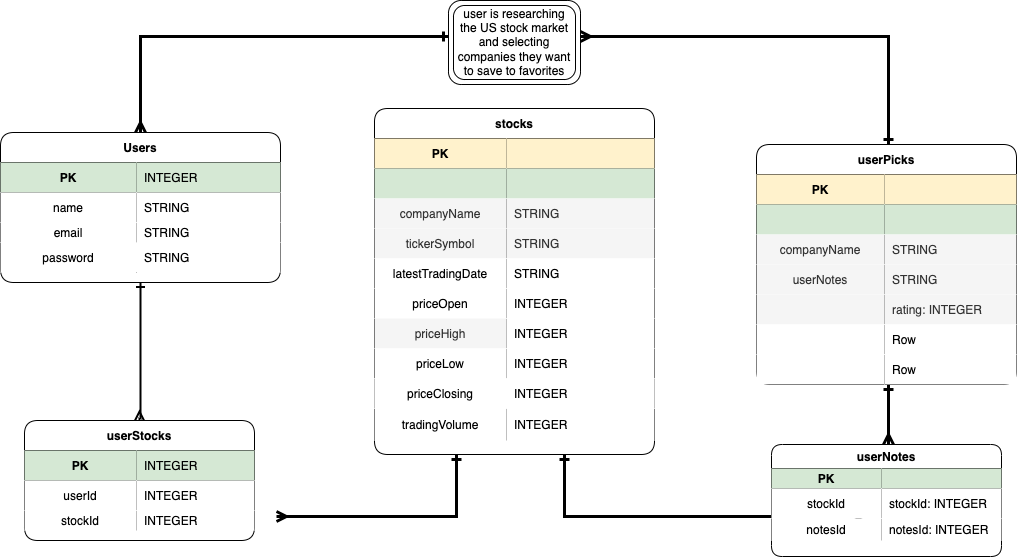
Above: ERD.drawio.png in Professorsurf/Project-2 (draw.io), before the change. Source tidied: cells renumbered, new cells last; positions are measured from the earlier drawing's top-left corner, leaving out a move shared by most shapes.
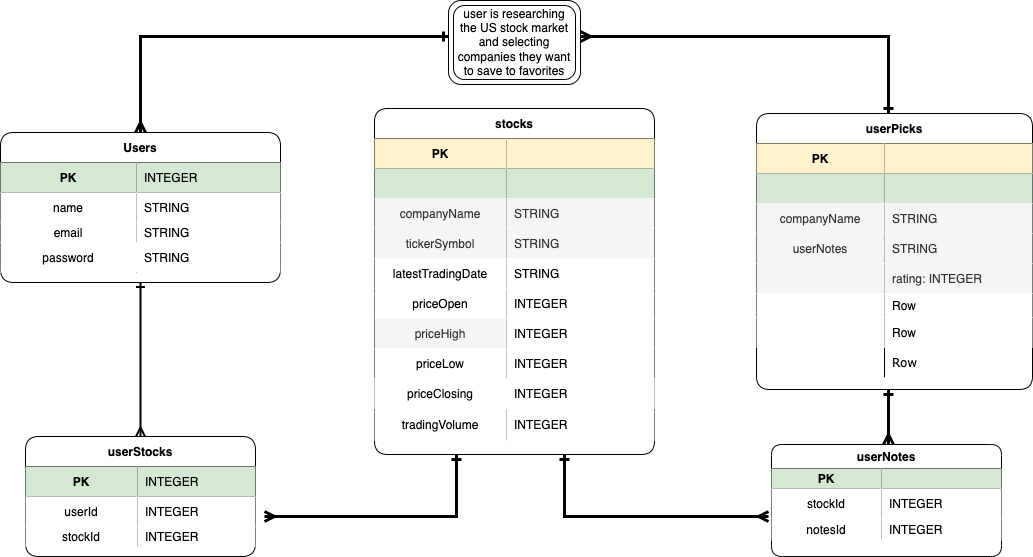
After the commit.

Diff of the diagram source:
```diff
@@ -5,8 +5,7 @@
     <mxCell id="2" style="edgeStyle=orthogonalEdgeStyle;rounded=0;jettySize=auto;html=1;exitX=0.5;exitY=1;exitDx=0;exitDy=0;entryX=0.5;entryY=0;entryDx=0;entryDy=0;strokeWidth=2;endArrow=ERmany;endFill=0;startArrow=ERone;startFill=0;" parent="1" edge="1" source="3" target="49">
       <mxGeometry relative="1" as="geometry">
         <Array as="points">
-          <mxPoint x="140" y="418" />
-          <mxPoint x="139" y="418" />
+          <mxPoint x="140" y="432" />
         </Array>
       </mxGeometry>
     </mxCell>
@@ -51,7 +50,7 @@
     </mxCell>
     <mxCell id="16" style="edgeStyle=orthogonalEdgeStyle;rounded=0;jettySize=auto;html=1;startArrow=ERone;startFill=0;endArrow=ERmany;endFill=0;strokeWidth=3;" parent="1" edge="1" source="18">
       <mxGeometry relative="1" as="geometry">
-        <mxPoint x="276" y="516" as="targetPoint" />
+        <mxPoint x="264" y="516" as="targetPoint" />
         <Array as="points">
           <mxPoint x="456" y="516" />
         </Array>
@@ -59,7 +58,7 @@
     </mxCell>
     <mxCell id="17" style="edgeStyle=orthogonalEdgeStyle;rounded=0;jettySize=auto;html=1;startArrow=ERone;startFill=0;endArrow=ERmany;endFill=0;strokeWidth=3;" parent="1" edge="1" source="18">
       <mxGeometry relative="1" as="geometry">
-        <mxPoint x="864" y="516" as="targetPoint" />
+        <mxPoint x="768" y="516" as="targetPoint" />
         <Array as="points">
           <mxPoint x="564" y="516" />
         </Array>
@@ -159,7 +158,7 @@
       <mxGeometry x="132" width="148" height="32" as="geometry" />
     </mxCell>
     <mxCell id="49" value="userStocks" style="shape=table;startSize=30;rowLines=0;fontStyle=1;align=center;rounded=1;fillColor=none;" parent="1" vertex="1">
-      <mxGeometry x="24" y="420" width="230" height="120" as="geometry" />
+      <mxGeometry x="25" y="436" width="230" height="120" as="geometry" />
     </mxCell>
     <mxCell id="50" style="shape=tableRow;horizontal=0;startSize=0;swimlaneHead=0;swimlaneBody=0;fillColor=none;top=0;left=0;right=0;bottom=1;rounded=0;" parent="49" vertex="1">
       <mxGeometry y="30" width="230" height="30" as="geometry" />
@@ -206,7 +205,7 @@
     <mxCell id="64" value="stockId" style="shape=partialRectangle;top=0;left=0;bottom=0;right=0;overflow=hidden;" parent="63" vertex="1">
       <mxGeometry width="110" height="30" as="geometry" />
     </mxCell>
-    <mxCell id="65" value="stockId: INTEGER" style="shape=partialRectangle;top=0;left=0;bottom=0;right=0;align=left;spacingLeft=6;overflow=hidden;" parent="63" vertex="1">
+    <mxCell id="65" value="INTEGER" style="shape=partialRectangle;top=0;left=0;bottom=0;right=0;align=left;spacingLeft=6;overflow=hidden;" parent="63" vertex="1">
       <mxGeometry x="110" width="120" height="30" as="geometry" />
     </mxCell>
     <mxCell id="66" style="shape=tableRow;horizontal=0;startSize=0;swimlaneHead=0;swimlaneBody=0;fillColor=none;top=0;left=0;right=0;bottom=0;rounded=0;" parent="59" vertex="1">
@@ -215,7 +214,7 @@
     <mxCell id="67" value="notesId" style="shape=partialRectangle;top=0;left=0;bottom=0;right=0;overflow=hidden;rounded=0;" parent="66" vertex="1">
       <mxGeometry width="110" height="22" as="geometry" />
     </mxCell>
-    <mxCell id="68" value="notesId: INTEGER" style="shape=partialRectangle;top=0;left=0;bottom=0;right=0;align=left;spacingLeft=6;overflow=hidden;rounded=0;" parent="66" vertex="1">
+    <mxCell id="68" value="INTEGER" style="shape=partialRectangle;top=0;left=0;bottom=0;right=0;align=left;spacingLeft=6;overflow=hidden;rounded=0;" parent="66" vertex="1">
       <mxGeometry x="110" width="120" height="22" as="geometry" />
     </mxCell>
     <mxCell id="69" style="edgeStyle=orthogonalEdgeStyle;rounded=0;jettySize=auto;html=1;startArrow=ERone;startFill=0;endArrow=ERmany;endFill=0;strokeWidth=3;" parent="1" edge="1" source="71">
@@ -234,71 +233,80 @@
       </mxGeometry>
     </mxCell>
     <mxCell id="71" value="userPicks" style="shape=table;startSize=30;rowLines=0;fontStyle=1;align=center;rounded=1;swimlaneLine=1;" parent="1" vertex="1">
-      <mxGeometry x="756" y="144" width="260" height="240" as="geometry" />
+      <mxGeometry x="756" y="113" width="276" height="276" as="geometry" />
     </mxCell>
     <mxCell id="72" style="shape=tableRow;horizontal=0;startSize=0;swimlaneHead=0;swimlaneBody=0;fillColor=none;top=0;left=0;right=0;bottom=1;rounded=0;" parent="71" vertex="1">
-      <mxGeometry y="30" width="260" height="30" as="geometry" />
+      <mxGeometry y="30" width="276" height="30" as="geometry" />
     </mxCell>
     <mxCell id="73" value="PK" style="shape=partialRectangle;fillColor=#fff2cc;top=0;left=0;bottom=0;right=0;fontStyle=1;overflow=hidden;strokeColor=#d6b656;rounded=0;" parent="72" vertex="1">
       <mxGeometry width="128" height="30" as="geometry" />
     </mxCell>
     <mxCell id="74" style="shape=partialRectangle;fillColor=#fff2cc;top=0;left=0;bottom=0;right=0;align=left;spacingLeft=6;fontStyle=5;overflow=hidden;strokeColor=#d6b656;rounded=0;" parent="72" vertex="1">
-      <mxGeometry x="128" width="132" height="30" as="geometry" />
+      <mxGeometry x="128" width="148" height="30" as="geometry" />
     </mxCell>
     <mxCell id="75" style="shape=tableRow;horizontal=0;startSize=0;swimlaneHead=0;swimlaneBody=0;fillColor=none;top=0;left=0;right=0;bottom=0;rounded=0;" parent="71" vertex="1">
-      <mxGeometry y="60" width="260" height="30" as="geometry" />
+      <mxGeometry y="60" width="276" height="30" as="geometry" />
     </mxCell>
     <mxCell id="76" style="shape=partialRectangle;fillColor=#d5e8d4;top=0;left=0;bottom=0;right=0;fontStyle=0;overflow=hidden;strokeColor=#82b366;rounded=0;" parent="75" vertex="1">
       <mxGeometry width="128" height="30" as="geometry" />
     </mxCell>
     <mxCell id="77" style="shape=partialRectangle;fillColor=#d5e8d4;top=0;left=0;bottom=0;right=0;align=left;spacingLeft=6;fontStyle=0;overflow=hidden;strokeColor=#82b366;rounded=0;" parent="75" vertex="1">
-      <mxGeometry x="128" width="132" height="30" as="geometry" />
+      <mxGeometry x="128" width="148" height="30" as="geometry" />
     </mxCell>
     <mxCell id="78" style="shape=tableRow;horizontal=0;startSize=0;swimlaneHead=0;swimlaneBody=0;fillColor=none;top=0;left=0;right=0;bottom=0;rounded=0;" parent="71" vertex="1">
-      <mxGeometry y="90" width="260" height="30" as="geometry" />
+      <mxGeometry y="90" width="276" height="30" as="geometry" />
     </mxCell>
     <mxCell id="79" value="companyName" style="shape=partialRectangle;fillColor=#f5f5f5;top=0;left=0;bottom=0;right=0;overflow=hidden;fontColor=#333333;strokeColor=#666666;rounded=0;" parent="78" vertex="1">
       <mxGeometry width="128" height="30" as="geometry" />
     </mxCell>
     <mxCell id="80" value="STRING" style="shape=partialRectangle;fillColor=#f5f5f5;top=0;left=0;bottom=0;right=0;align=left;spacingLeft=6;overflow=hidden;fontColor=#333333;strokeColor=#666666;rounded=0;" parent="78" vertex="1">
-      <mxGeometry x="128" width="132" height="30" as="geometry" />
+      <mxGeometry x="128" width="148" height="30" as="geometry" />
     </mxCell>
     <mxCell id="81" style="shape=tableRow;horizontal=0;startSize=0;swimlaneHead=0;swimlaneBody=0;fillColor=none;top=0;left=0;right=0;bottom=0;rounded=0;" parent="71" vertex="1">
-      <mxGeometry y="120" width="260" height="30" as="geometry" />
+      <mxGeometry y="120" width="276" height="30" as="geometry" />
     </mxCell>
     <mxCell id="82" value="userNotes" style="shape=partialRectangle;fillColor=#f5f5f5;top=0;left=0;bottom=0;right=0;overflow=hidden;fontColor=#333333;strokeColor=#666666;rounded=0;" parent="81" vertex="1">
       <mxGeometry width="128" height="30" as="geometry" />
     </mxCell>
     <mxCell id="83" value="STRING" style="shape=partialRectangle;fillColor=#f5f5f5;top=0;left=0;bottom=0;right=0;align=left;spacingLeft=6;overflow=hidden;fontColor=#333333;strokeColor=#666666;rounded=0;" parent="81" vertex="1">
-      <mxGeometry x="128" width="132" height="30" as="geometry" />
+      <mxGeometry x="128" width="148" height="30" as="geometry" />
     </mxCell>
     <mxCell id="84" style="shape=tableRow;horizontal=0;startSize=0;swimlaneHead=0;swimlaneBody=0;fillColor=none;top=0;left=0;right=0;bottom=0;rounded=0;" parent="71" vertex="1">
-      <mxGeometry y="150" width="260" height="30" as="geometry" />
+      <mxGeometry y="150" width="276" height="30" as="geometry" />
     </mxCell>
     <mxCell id="85" style="shape=partialRectangle;fillColor=#f5f5f5;top=0;left=0;bottom=0;right=0;overflow=hidden;fontColor=#333333;strokeColor=#666666;rounded=0;" parent="84" vertex="1">
       <mxGeometry width="128" height="30" as="geometry" />
     </mxCell>
     <mxCell id="86" value="rating: INTEGER" style="shape=partialRectangle;fillColor=#f5f5f5;top=0;left=0;bottom=0;right=0;align=left;spacingLeft=6;overflow=hidden;fontColor=#333333;strokeColor=#666666;rounded=0;" parent="84" vertex="1">
-      <mxGeometry x="128" width="132" height="30" as="geometry" />
+      <mxGeometry x="128" width="148" height="30" as="geometry" />
     </mxCell>
     <mxCell id="87" style="shape=tableRow;horizontal=0;startSize=0;swimlaneHead=0;swimlaneBody=0;fillColor=none;top=0;left=0;right=0;bottom=0;rounded=0;" parent="71" vertex="1">
-      <mxGeometry y="180" width="260" height="30" as="geometry" />
+      <mxGeometry y="180" width="276" height="24" as="geometry" />
     </mxCell>
     <mxCell id="88" style="shape=partialRectangle;top=0;left=0;bottom=0;right=0;overflow=hidden;rounded=0;" parent="87" vertex="1">
-      <mxGeometry width="128" height="30" as="geometry" />
+      <mxGeometry width="128" height="24" as="geometry" />
     </mxCell>
     <mxCell id="89" value="Row" style="shape=partialRectangle;top=0;left=0;bottom=0;right=0;align=left;spacingLeft=6;overflow=hidden;rounded=0;" parent="87" vertex="1">
-      <mxGeometry x="128" width="132" height="30" as="geometry" />
+      <mxGeometry x="128" width="148" height="24" as="geometry" />
     </mxCell>
     <mxCell id="90" style="shape=tableRow;horizontal=0;startSize=0;swimlaneHead=0;swimlaneBody=0;fillColor=none;top=0;left=0;right=0;bottom=0;rounded=0;" parent="71" vertex="1">
-      <mxGeometry y="210" width="260" height="30" as="geometry" />
+      <mxGeometry y="204" width="276" height="30" as="geometry" />
     </mxCell>
     <mxCell id="91" style="shape=partialRectangle;top=0;left=0;bottom=0;right=0;overflow=hidden;rounded=0;" parent="90" vertex="1">
       <mxGeometry width="128" height="30" as="geometry" />
     </mxCell>
     <mxCell id="92" value="Row" style="shape=partialRectangle;top=0;left=0;bottom=0;right=0;align=left;spacingLeft=6;overflow=hidden;rounded=0;" parent="90" vertex="1">
-      <mxGeometry x="128" width="132" height="30" as="geometry" />
+      <mxGeometry x="128" width="148" height="30" as="geometry" />
     </mxCell>
+    <mxCell id="95" style="shape=tableRow;horizontal=0;startSize=0;swimlaneHead=0;swimlaneBody=0;fillColor=none;top=0;left=0;right=0;bottom=0;rounded=1;shadow=0;sketch=0;fontFamily=Verdana;" parent="71" vertex="1">
+      <mxGeometry y="234" width="276" height="30" as="geometry" />
+    </mxCell>
+    <mxCell id="96" style="shape=partialRectangle;fillColor=none;top=0;left=0;bottom=0;right=0;overflow=hidden;rounded=1;shadow=0;sketch=0;fontFamily=Verdana;" parent="95" vertex="1">
+      <mxGeometry width="128" height="30" as="geometry" />
+    </mxCell>
+    <mxCell id="97" value="Row" style="shape=partialRectangle;fillColor=none;top=0;left=0;bottom=0;right=0;align=left;spacingLeft=6;overflow=hidden;rounded=1;shadow=0;sketch=0;fontFamily=Verdana;" parent="95" vertex="1">
+      <mxGeometry x="128" width="148" height="30" as="geometry" />
+    </mxCell>
     <mxCell id="93" style="edgeStyle=orthogonalEdgeStyle;rounded=0;jettySize=auto;html=1;startArrow=ERone;startFill=0;endArrow=ERmany;endFill=0;strokeWidth=3;entryX=0.5;entryY=0;entryDx=0;entryDy=0;" parent="1" edge="1" source="94" target="3">
       <mxGeometry relative="1" as="geometry">
         <Array as="points">
```
